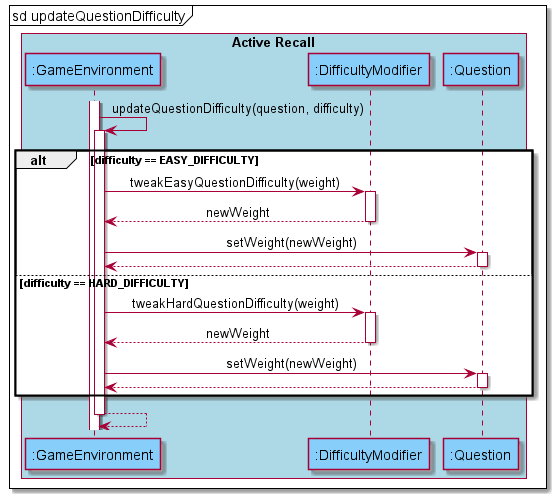
nus-cs2113-AY2122S1/tp keeps this PlantUML diagram as docs/attachments/ActiveRecallUpdateQuestionDifficultySequence.png. Above is the earlier version. Source of this version:
```plantuml
@startuml
skinparam sequenceMessageAlign center

mainframe sd updateQuestionDifficulty

box "Commands" #thistle
endbox
box "Active Recall" #lightblue
participant ":GameEnvironment" as GameEnvironment #lightskyblue
participant ":DifficultyModifier" as DifficultyModifier #lightskyblue
participant ":Question" as Question #lightskyblue
endbox

activate GameEnvironment
GameEnvironment -> GameEnvironment : updateQuestionDifficulty(question, difficulty)
activate GameEnvironment
  alt difficulty == EASY_DIFFICULTY
    GameEnvironment -> DifficultyModifier : tweakEasyQuestionDifficulty(weight)
    activate DifficultyModifier
    return newWeight

    GameEnvironment -> Question : setWeight(newWeight)
    activate Question
    return
  else difficulty == HARD_DIFFICULTY
    GameEnvironment -> DifficultyModifier : tweakHardQuestionDifficulty(weight)
    activate DifficultyModifier
    return newWeight

    GameEnvironment -> Question : setWeight(newWeight)
    activate Question
    return
  end
return
@enduml
```
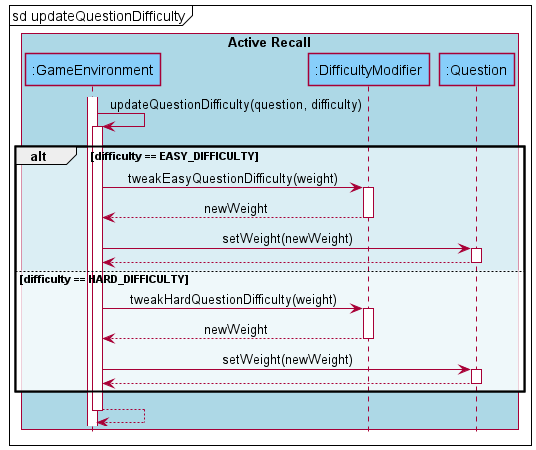
After the change.

Diff of the diagram source:
```diff
@@ -1,5 +1,5 @@
 @startuml
-skinparam sequenceMessageAlign center
+!include ../SequenceStyle.puml
 
 mainframe sd updateQuestionDifficulty
 
```
